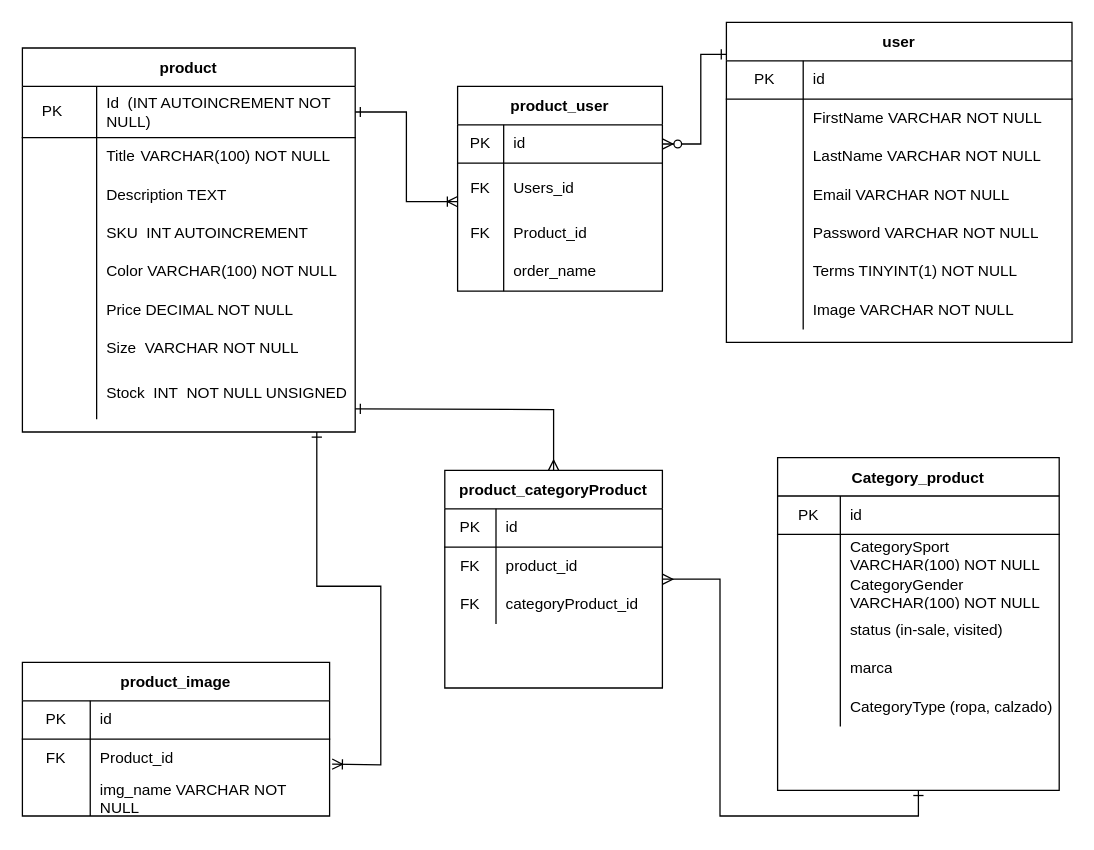
Above: data/DER/Entity-Relation-Diagram.drawio in 0621CDFSNCN12LAED/grupo-08 (draw.io), before the change. Source tidied: cells renumbered, new cells numbered last; positions are measured from the earlier drawing's top-left corner, leaving out a move shared by most shapes. Both pictures are drawn from the tidied source at 128%, with x=0, y=0 at pixel (22, 22).
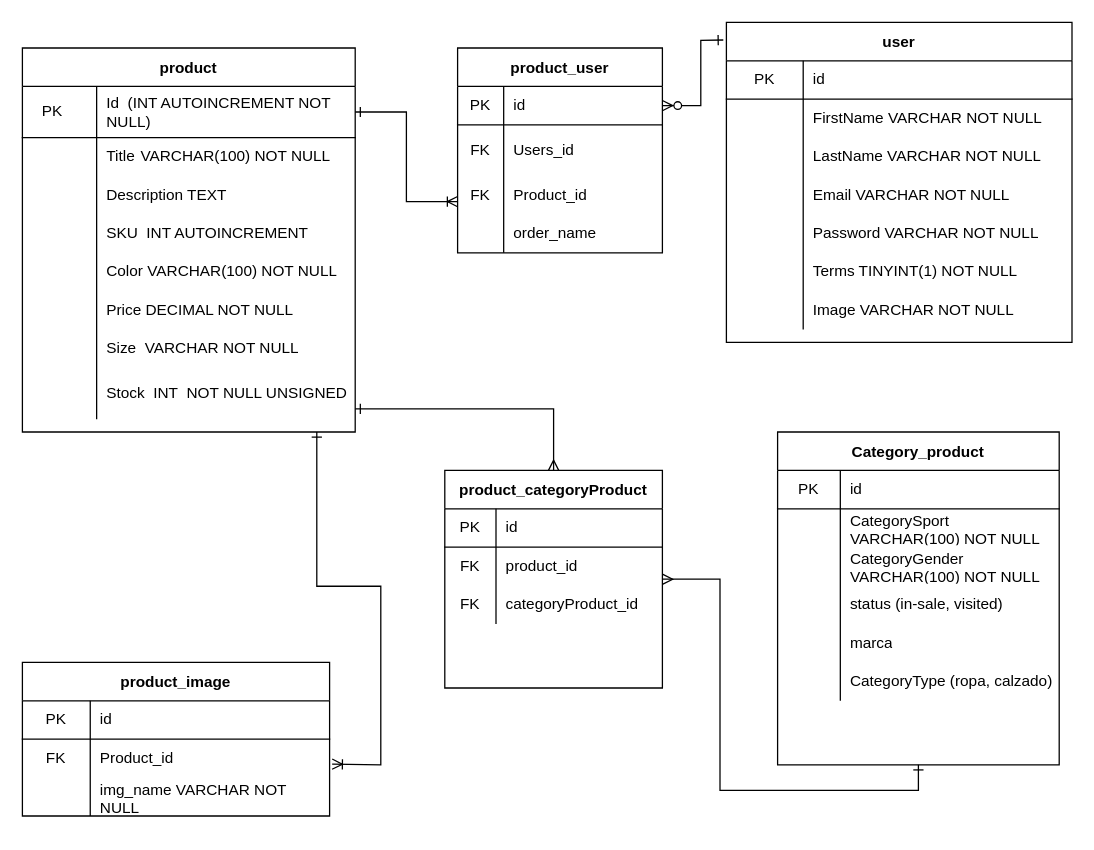
Above is the later version.

The change refers to these unchanged cells:
```xml
<mxCell id="2" value="product" style="shape=table;startSize=30;childLayout=tableLayout;rowLines=0;fontStyle=1;align=center;" parent="1" vertex="1">
  <mxGeometry y="20" width="260" height="300" as="geometry" />
</mxCell>
<mxCell id="3" style="shape=partialRectangle;html=1;whiteSpace=wrap;fillColor=none;top=0;left=0;bottom=1;right=0;points=[[0,0.5],[1,0.5]];portConstraint=eastwest;" parent="2" vertex="1">
  <mxGeometry y="30" width="260" height="40" as="geometry" />
</mxCell>
<mxCell id="39" style="shape=partialRectangle;html=1;whiteSpace=wrap;fillColor=none;top=0;left=0;bottom=1;right=0;points=[[0,0.5],[1,0.5]];portConstraint=eastwest;" parent="38" vertex="1">
  <mxGeometry y="30" width="160" height="30" as="geometry" />
</mxCell>
<mxCell id="52" value="user" style="shape=table;startSize=30;childLayout=tableLayout;rowLines=0;fontStyle=1;align=center;" parent="1" vertex="1">
  <mxGeometry x="550" width="270" height="250" as="geometry" />
</mxCell>
<mxCell id="95" value="product_categoryProduct" style="shape=table;startSize=30;childLayout=tableLayout;rowLines=0;fontStyle=1;align=center;" parent="1" vertex="1">
  <mxGeometry x="330" y="350" width="170" height="170" as="geometry" />
</mxCell>
```

Diff of the diagram source:
```diff
@@
     <mxCell id="27" style="edgeStyle=none;rounded=0;jettySize=auto;html=1;entryX=1;entryY=0.5;entryDx=0;entryDy=0;startArrow=ERone;startFill=0;endArrow=ERoneToMany;endFill=0;exitX=1;exitY=0.5;exitDx=0;exitDy=0;" parent="2" edge="1" source="3">
       <mxGeometry relative="1" as="geometry">
         <mxPoint x="340" y="120" as="targetPoint" />
         <Array as="points">
           <mxPoint x="300" y="50" />
           <mxPoint x="300" y="120" />
+          <mxPoint x="320" y="120" />
         </Array>
       </mxGeometry>
     </mxCell>
@@
     <mxCell id="38" value="product_user" style="shape=table;startSize=30;childLayout=tableLayout;rowLines=0;fontStyle=1;align=center;" parent="1" vertex="1">
-      <mxGeometry x="340" y="50" width="160" height="160" as="geometry" />
+      <mxGeometry x="340" y="20" width="160" height="160" as="geometry" />
     </mxCell>
@@
-    <mxCell id="51" style="edgeStyle=none;rounded=0;jettySize=auto;html=1;startArrow=ERzeroToMany;startFill=1;endArrow=ERone;endFill=0;exitX=1;exitY=0.5;exitDx=0;exitDy=0;entryX=1;entryY=0.5;entryDx=0;entryDy=0;" parent="38" edge="1" source="39">
-      <mxGeometry relative="1" as="geometry">
-        <mxPoint x="210" y="-25" as="targetPoint" />
-        <Array as="points">
-          <mxPoint x="190" y="45" />
-          <mxPoint x="190" y="-25" />
-        </Array>
-      </mxGeometry>
-    </mxCell>
@@
     <mxCell id="75" value="Category_product" style="shape=table;startSize=30;childLayout=tableLayout;rowLines=0;fontStyle=1;align=center;" parent="1" vertex="1">
-      <mxGeometry x="590" y="340" width="220" height="260" as="geometry" />
+      <mxGeometry x="590" y="320" width="220" height="260" as="geometry" />
     </mxCell>
@@
     <mxCell id="105" style="edgeStyle=orthogonalEdgeStyle;rounded=0;jettySize=auto;html=1;endArrow=ERmany;endFill=0;startArrow=ERone;startFill=0;" parent="1" edge="1" target="95">
       <mxGeometry relative="1" as="geometry">
         <mxPoint x="260" y="302" as="sourcePoint" />
+        <Array as="points">
+          <mxPoint x="415" y="302" />
+        </Array>
       </mxGeometry>
     </mxCell>
+    <mxCell id="51" style="edgeStyle=none;rounded=0;jettySize=auto;html=1;startArrow=ERzeroToMany;startFill=1;endArrow=ERone;endFill=0;exitX=1;exitY=0.5;exitDx=0;exitDy=0;entryX=-0.009;entryY=0.055;entryDx=0;entryDy=0;entryPerimeter=0;" parent="1" edge="1" source="39" target="52">
+      <mxGeometry relative="1" as="geometry">
+        <Array as="points">
+          <mxPoint x="530" y="65" />
+          <mxPoint x="530" y="14" />
+        </Array>
+      </mxGeometry>
+    </mxCell>
```
